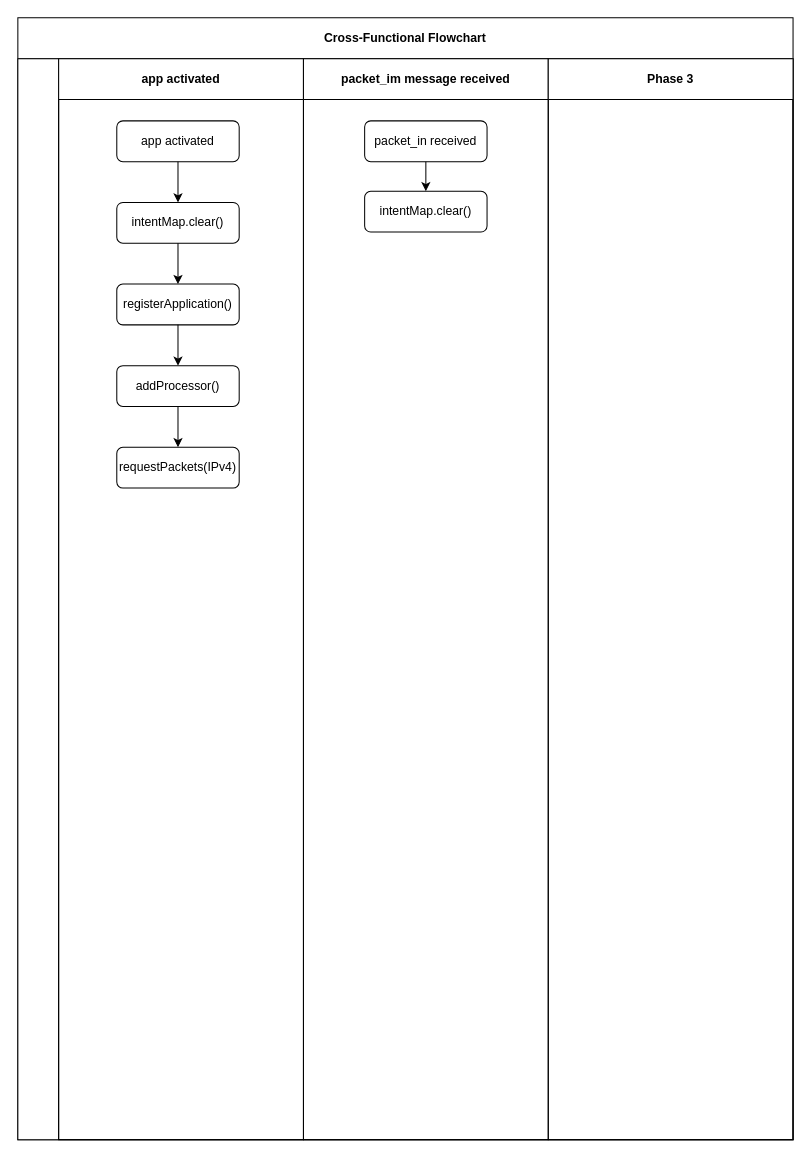
Above: Untitled Diagram.drawio in gameLoading/blank__- (draw.io), before the change. Source tidied: cells renumbered, new cells numbered last; positions are measured from the earlier drawing's top-left corner, leaving out a move shared by most shapes. Both pictures are drawn from the tidied source at 102%, with x=0, y=0 at pixel (17, 17).
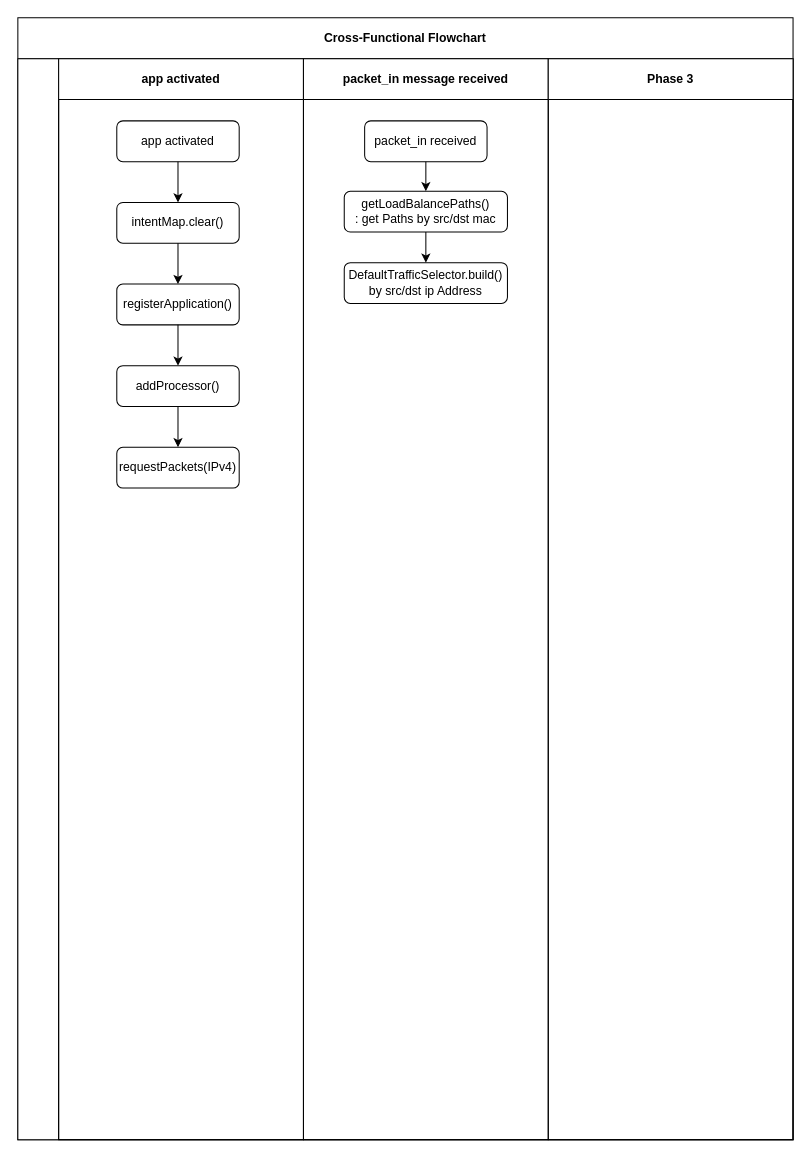
The same page after the edit.

Unchanged cells that the change refers to:
```xml
<mxCell id="3" style="swimlane;horizontal=0;startSize=40;html=1;whiteSpace=wrap;fontStyle=1;" parent="2" vertex="1">
  <mxGeometry y="40" width="760" height="1060" as="geometry" />
</mxCell>
```

The edit, as a diff of the source:
```diff
@@
-    <mxCell id="14" value="packet_im message received" style="swimlane;startSize=40;html=1;whiteSpace=wrap;" parent="3" vertex="1">
+    <mxCell id="14" value="packet_in message received" style="swimlane;startSize=40;html=1;whiteSpace=wrap;" parent="3" vertex="1">
       <mxGeometry x="280" width="240" height="1060" as="geometry" />
     </mxCell>
@@
-    <mxCell id="16" value="intentMap.clear()" style="rounded=1;whiteSpace=wrap;html=1;fontSize=12;glass=0;strokeWidth=1;shadow=0;" parent="14" vertex="1">
-      <mxGeometry x="60" y="130" width="120" height="40" as="geometry" />
+    <mxCell id="16" value="getLoadBalancePaths()&lt;br&gt;: get Paths by src/dst mac" style="rounded=1;whiteSpace=wrap;html=1;fontSize=12;glass=0;strokeWidth=1;shadow=0;" parent="14" vertex="1">
+      <mxGeometry x="40" y="130" width="160" height="40" as="geometry" />
     </mxCell>
+    <mxCell id="19" value="DefaultTrafficSelector.build()&lt;br&gt;by src/dst ip Address" style="rounded=1;whiteSpace=wrap;html=1;fontSize=12;glass=0;strokeWidth=1;shadow=0;" parent="14" vertex="1">
+      <mxGeometry x="40" y="200" width="160" height="40" as="geometry" />
+    </mxCell>
@@
+    <mxCell id="20" style="endArrow=classic;html=1;exitX=0.5;exitY=1;exitDx=0;exitDy=0;" parent="1" edge="1" source="16">
+      <mxGeometry relative="1" as="geometry">
+        <mxPoint x="400" y="240" as="targetPoint" />
+      </mxGeometry>
+    </mxCell>
```
